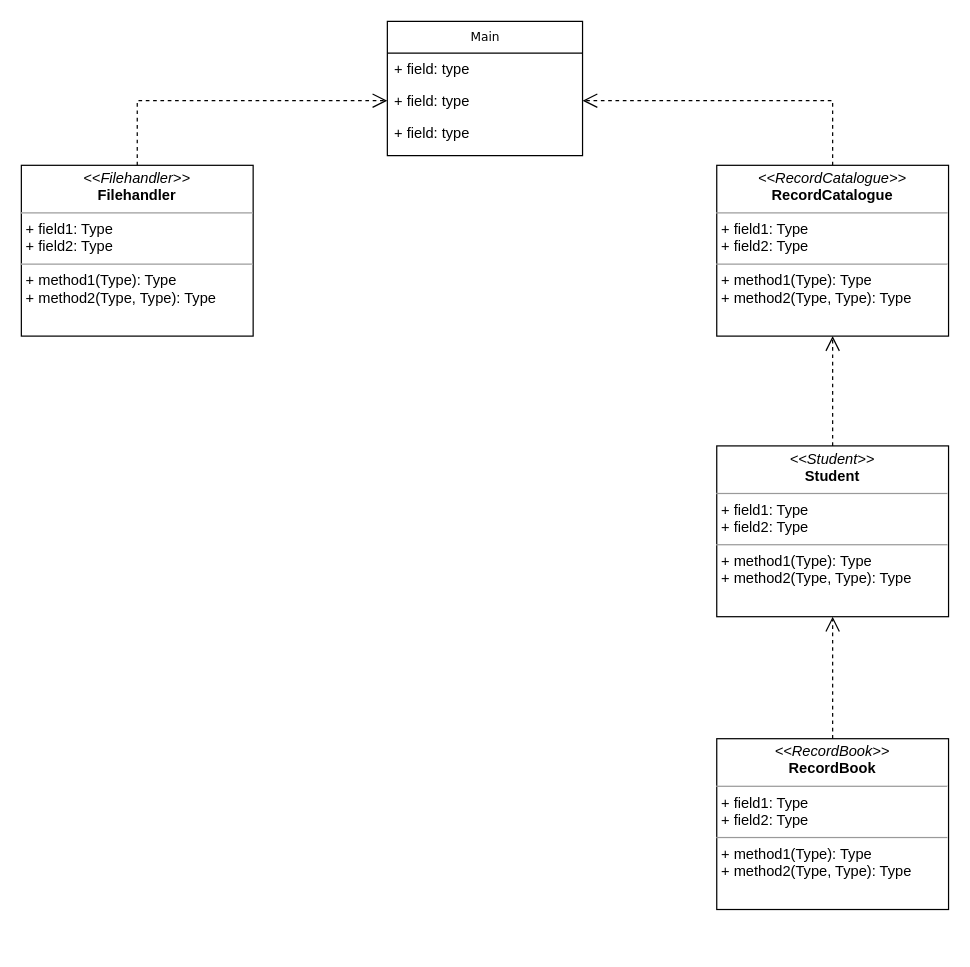
Before: _documentation/gradebook.drawio in tallner/grit-java-ass1, a draw.io diagram. Source tidied: cells renumbered, new cells numbered last; positions are measured from the earlier drawing's top-left corner, leaving out a move shared by most shapes. Both pictures are drawn from the tidied source at 122%, with x=0, y=0 at pixel (21, 21).
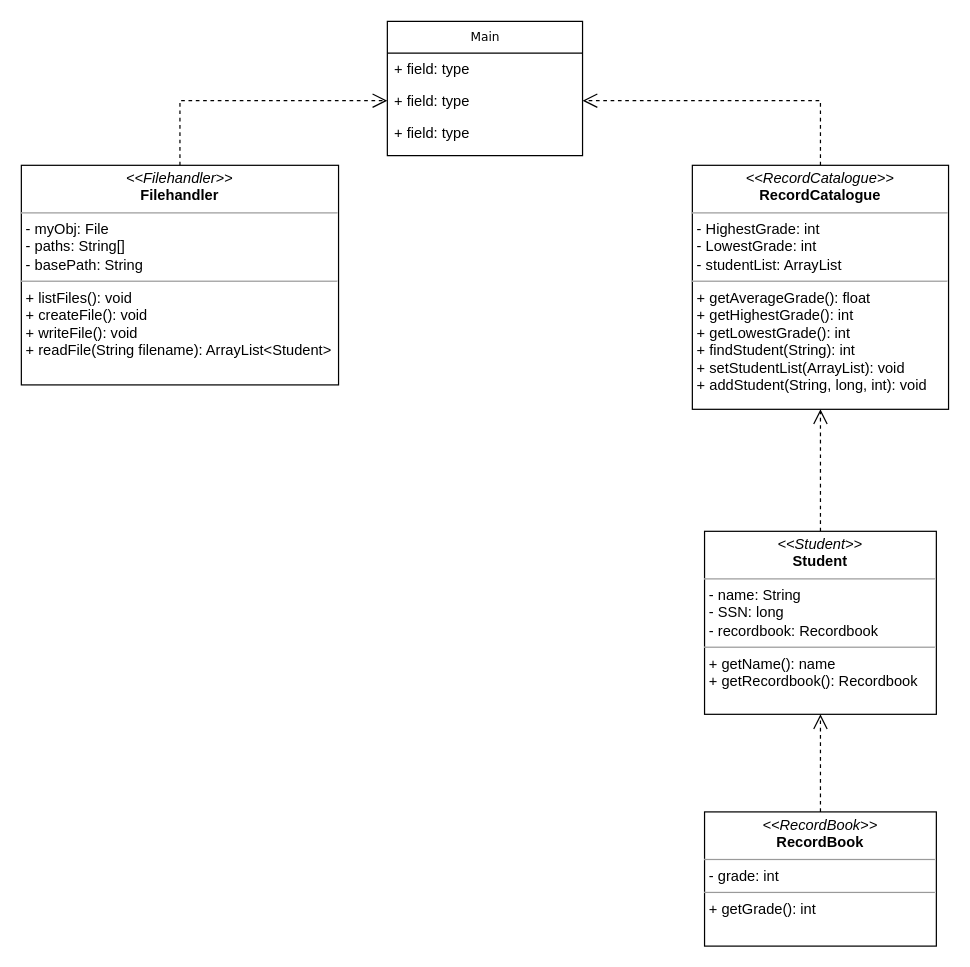
The same diagram, later.

Diff of the diagram source:
```diff
@@
 <mxGraphModel>
   <root>
     <mxCell id="0" />
     <mxCell id="1" parent="0" />
     <mxCell id="2" value="Main" style="swimlane;html=1;fontStyle=0;horizontal=1;startSize=26;fillColor=none;swimlaneFillColor=#ffffff;rounded=0;shadow=0;comic=0;labelBackgroundColor=none;strokeWidth=1;fontFamily=Verdana;fontSize=10;align=center;" parent="1" vertex="1">
       <mxGeometry x="300" width="160" height="110" as="geometry" />
     </mxCell>
     <mxCell id="3" value="+ field: type" style="text;html=1;strokeColor=none;fillColor=none;align=left;verticalAlign=top;spacingLeft=4;spacingRight=4;whiteSpace=wrap;overflow=hidden;" parent="2" vertex="1">
       <mxGeometry y="26" width="160" height="26" as="geometry" />
     </mxCell>
     <mxCell id="4" value="+ field: type" style="text;html=1;strokeColor=none;fillColor=none;align=left;verticalAlign=top;spacingLeft=4;spacingRight=4;whiteSpace=wrap;overflow=hidden;points=[[0,0.5],[1,0.5]];portConstraint=eastwest;" parent="2" vertex="1">
       <mxGeometry y="52" width="160" height="26" as="geometry" />
     </mxCell>
     <mxCell id="5" value="+ field: type" style="text;html=1;strokeColor=none;fillColor=none;align=left;verticalAlign=top;spacingLeft=4;spacingRight=4;whiteSpace=wrap;overflow=hidden;" parent="2" vertex="1">
       <mxGeometry y="78" width="160" height="26" as="geometry" />
     </mxCell>
-    <mxCell id="6" value="&lt;p style=&quot;margin: 0px ; margin-top: 4px ; text-align: center&quot;&gt;&lt;i&gt;&amp;lt;&amp;lt;RecordBook&amp;gt;&amp;gt;&lt;/i&gt;&lt;br&gt;&lt;b&gt;RecordBook&lt;/b&gt;&lt;/p&gt;&lt;hr size=&quot;1&quot;&gt;&lt;p style=&quot;margin: 0px ; margin-left: 4px&quot;&gt;+ field1: Type&lt;br&gt;+ field2: Type&lt;/p&gt;&lt;hr size=&quot;1&quot;&gt;&lt;p style=&quot;margin: 0px ; margin-left: 4px&quot;&gt;+ method1(Type): Type&lt;br&gt;+ method2(Type, Type): Type&lt;/p&gt;" style="verticalAlign=top;align=left;overflow=fill;fontSize=12;fontFamily=Helvetica;html=1;rounded=0;shadow=0;comic=0;labelBackgroundColor=none;strokeWidth=1;" parent="1" vertex="1">
-      <mxGeometry x="570" y="588" width="190" height="140" as="geometry" />
+    <mxCell id="6" value="&lt;p style=&quot;margin: 0px ; margin-top: 4px ; text-align: center&quot;&gt;&lt;i&gt;&amp;lt;&amp;lt;RecordBook&amp;gt;&amp;gt;&lt;/i&gt;&lt;br&gt;&lt;b&gt;RecordBook&lt;/b&gt;&lt;/p&gt;&lt;hr size=&quot;1&quot;&gt;&lt;p style=&quot;margin: 0px ; margin-left: 4px&quot;&gt;- grade: int&lt;br&gt;&lt;/p&gt;&lt;hr size=&quot;1&quot;&gt;&lt;p style=&quot;margin: 0px ; margin-left: 4px&quot;&gt;+ getGrade(): int&lt;br&gt;&lt;br&gt;&lt;/p&gt;" style="verticalAlign=top;align=left;overflow=fill;fontSize=12;fontFamily=Helvetica;html=1;rounded=0;shadow=0;comic=0;labelBackgroundColor=none;strokeWidth=1;" parent="1" vertex="1">
+      <mxGeometry x="560" y="648" width="190" height="110" as="geometry" />
     </mxCell>
     <mxCell id="7" style="edgeStyle=orthogonalEdgeStyle;rounded=0;html=1;labelBackgroundColor=none;startFill=0;endArrow=open;endFill=0;endSize=10;fontFamily=Verdana;fontSize=10;dashed=1;entryX=0;entryY=0.5;entryDx=0;entryDy=0;" parent="1" edge="1" source="8" target="4">
       <mxGeometry relative="1" as="geometry" />
     </mxCell>
-    <mxCell id="8" value="&lt;p style=&quot;margin: 0px ; margin-top: 4px ; text-align: center&quot;&gt;&lt;i&gt;&amp;lt;&amp;lt;Filehandler&amp;gt;&amp;gt;&lt;/i&gt;&lt;br&gt;&lt;b&gt;Filehandler&lt;/b&gt;&lt;/p&gt;&lt;hr size=&quot;1&quot;&gt;&lt;p style=&quot;margin: 0px ; margin-left: 4px&quot;&gt;+ field1: Type&lt;br&gt;+ field2: Type&lt;/p&gt;&lt;hr size=&quot;1&quot;&gt;&lt;p style=&quot;margin: 0px ; margin-left: 4px&quot;&gt;+ method1(Type): Type&lt;br&gt;+ method2(Type, Type): Type&lt;/p&gt;" style="verticalAlign=top;align=left;overflow=fill;fontSize=12;fontFamily=Helvetica;html=1;rounded=0;shadow=0;comic=0;labelBackgroundColor=none;strokeWidth=1;" parent="1" vertex="1">
-      <mxGeometry y="118" width="190" height="140" as="geometry" />
+    <mxCell id="8" value="&lt;p style=&quot;margin: 0px ; margin-top: 4px ; text-align: center&quot;&gt;&lt;i&gt;&amp;lt;&amp;lt;Filehandler&amp;gt;&amp;gt;&lt;/i&gt;&lt;br&gt;&lt;b&gt;Filehandler&lt;/b&gt;&lt;/p&gt;&lt;hr size=&quot;1&quot;&gt;&lt;p style=&quot;margin: 0px ; margin-left: 4px&quot;&gt;- myObj: File&lt;br&gt;- paths: String[]&lt;/p&gt;&lt;p style=&quot;margin: 0px ; margin-left: 4px&quot;&gt;- basePath: String&lt;/p&gt;&lt;hr size=&quot;1&quot;&gt;&lt;p style=&quot;margin: 0px ; margin-left: 4px&quot;&gt;+ listFiles(): void&lt;br&gt;+ createFile(): void&lt;/p&gt;&lt;p style=&quot;margin: 0px ; margin-left: 4px&quot;&gt;+ writeFile(): void&lt;/p&gt;&lt;p style=&quot;margin: 0px ; margin-left: 4px&quot;&gt;+ readFile(String filename): ArrayList&amp;lt;Student&amp;gt;&lt;/p&gt;" style="verticalAlign=top;align=left;overflow=fill;fontSize=12;fontFamily=Helvetica;html=1;rounded=0;shadow=0;comic=0;labelBackgroundColor=none;strokeWidth=1;" parent="1" vertex="1">
+      <mxGeometry y="118" width="260" height="180" as="geometry" />
     </mxCell>
     <mxCell id="9" style="edgeStyle=orthogonalEdgeStyle;rounded=0;html=1;dashed=1;labelBackgroundColor=none;startFill=0;endArrow=open;endFill=0;endSize=10;fontFamily=Verdana;fontSize=10;entryX=0.5;entryY=1;entryDx=0;entryDy=0;" parent="1" edge="1" source="10" target="12">
       <mxGeometry relative="1" as="geometry" />
     </mxCell>
-    <mxCell id="10" value="&lt;p style=&quot;margin: 0px ; margin-top: 4px ; text-align: center&quot;&gt;&lt;i&gt;&amp;lt;&amp;lt;Student&amp;gt;&amp;gt;&lt;/i&gt;&lt;br&gt;&lt;b&gt;Student&lt;/b&gt;&lt;/p&gt;&lt;hr size=&quot;1&quot;&gt;&lt;p style=&quot;margin: 0px ; margin-left: 4px&quot;&gt;+ field1: Type&lt;br&gt;+ field2: Type&lt;/p&gt;&lt;hr size=&quot;1&quot;&gt;&lt;p style=&quot;margin: 0px ; margin-left: 4px&quot;&gt;+ method1(Type): Type&lt;br&gt;+ method2(Type, Type): Type&lt;/p&gt;" style="verticalAlign=top;align=left;overflow=fill;fontSize=12;fontFamily=Helvetica;html=1;rounded=0;shadow=0;comic=0;labelBackgroundColor=none;strokeWidth=1;" parent="1" vertex="1">
-      <mxGeometry x="570" y="348" width="190" height="140" as="geometry" />
+    <mxCell id="10" value="&lt;p style=&quot;margin: 0px ; margin-top: 4px ; text-align: center&quot;&gt;&lt;i&gt;&amp;lt;&amp;lt;Student&amp;gt;&amp;gt;&lt;/i&gt;&lt;br&gt;&lt;b&gt;Student&lt;/b&gt;&lt;/p&gt;&lt;hr size=&quot;1&quot;&gt;&lt;p style=&quot;margin: 0px ; margin-left: 4px&quot;&gt;- name: String&lt;br&gt;- SSN: long&lt;/p&gt;&lt;p style=&quot;margin: 0px ; margin-left: 4px&quot;&gt;- recordbook: Recordbook&lt;/p&gt;&lt;hr size=&quot;1&quot;&gt;&lt;p style=&quot;margin: 0px ; margin-left: 4px&quot;&gt;+ getName(): name&lt;br&gt;+ getRecordbook(): Recordbook&lt;/p&gt;" style="verticalAlign=top;align=left;overflow=fill;fontSize=12;fontFamily=Helvetica;html=1;rounded=0;shadow=0;comic=0;labelBackgroundColor=none;strokeWidth=1;" parent="1" vertex="1">
+      <mxGeometry x="560" y="418" width="190" height="150" as="geometry" />
     </mxCell>
     <mxCell id="11" style="edgeStyle=orthogonalEdgeStyle;rounded=0;html=1;dashed=1;labelBackgroundColor=none;startFill=0;endArrow=open;endFill=0;endSize=10;fontFamily=Verdana;fontSize=10;entryX=1;entryY=0.5;entryDx=0;entryDy=0;exitX=0.5;exitY=0;exitDx=0;exitDy=0;" parent="1" edge="1" source="12" target="4">
       <mxGeometry relative="1" as="geometry" />
     </mxCell>
-    <mxCell id="12" value="&lt;p style=&quot;margin: 0px ; margin-top: 4px ; text-align: center&quot;&gt;&lt;i&gt;&amp;lt;&amp;lt;RecordCatalogue&amp;gt;&amp;gt;&lt;/i&gt;&lt;br&gt;&lt;b&gt;RecordCatalogue&lt;/b&gt;&lt;/p&gt;&lt;hr size=&quot;1&quot;&gt;&lt;p style=&quot;margin: 0px ; margin-left: 4px&quot;&gt;+ field1: Type&lt;br&gt;+ field2: Type&lt;/p&gt;&lt;hr size=&quot;1&quot;&gt;&lt;p style=&quot;margin: 0px ; margin-left: 4px&quot;&gt;+ method1(Type): Type&lt;br&gt;+ method2(Type, Type): Type&lt;/p&gt;" style="verticalAlign=top;align=left;overflow=fill;fontSize=12;fontFamily=Helvetica;html=1;rounded=0;shadow=0;comic=0;labelBackgroundColor=none;strokeWidth=1;" parent="1" vertex="1">
-      <mxGeometry x="570" y="118" width="190" height="140" as="geometry" />
+    <mxCell id="12" value="&lt;p style=&quot;margin: 0px ; margin-top: 4px ; text-align: center&quot;&gt;&lt;i&gt;&amp;lt;&amp;lt;RecordCatalogue&amp;gt;&amp;gt;&lt;/i&gt;&lt;br&gt;&lt;b&gt;RecordCatalogue&lt;/b&gt;&lt;/p&gt;&lt;hr size=&quot;1&quot;&gt;&lt;p style=&quot;margin: 0px ; margin-left: 4px&quot;&gt;- HighestGrade: int&lt;/p&gt;&lt;p style=&quot;margin: 0px ; margin-left: 4px&quot;&gt;- LowestGrade: int&lt;br&gt;&lt;/p&gt;&lt;p style=&quot;margin: 0px ; margin-left: 4px&quot;&gt;- studentList: ArrayList&lt;/p&gt;&lt;hr size=&quot;1&quot;&gt;&lt;p style=&quot;margin: 0px ; margin-left: 4px&quot;&gt;+ getAverageGrade(): float&lt;/p&gt;&lt;p style=&quot;margin: 0px ; margin-left: 4px&quot;&gt;+ getHighestGrade(): int&lt;/p&gt;&lt;p style=&quot;margin: 0px ; margin-left: 4px&quot;&gt;+ getLowestGrade(): int&lt;/p&gt;&lt;p style=&quot;margin: 0px ; margin-left: 4px&quot;&gt;+ findStudent(String): int&lt;/p&gt;&lt;p style=&quot;margin: 0px ; margin-left: 4px&quot;&gt;+ setStudentList(ArrayList): void&lt;/p&gt;&lt;p style=&quot;margin: 0px ; margin-left: 4px&quot;&gt;+ addStudent(String, long, int): void&lt;/p&gt;" style="verticalAlign=top;align=left;overflow=fill;fontSize=12;fontFamily=Helvetica;html=1;rounded=0;shadow=0;comic=0;labelBackgroundColor=none;strokeWidth=1;" parent="1" vertex="1">
+      <mxGeometry x="550" y="118" width="210" height="200" as="geometry" />
     </mxCell>
     <mxCell id="13" style="edgeStyle=orthogonalEdgeStyle;rounded=0;html=1;dashed=1;labelBackgroundColor=none;startFill=0;endArrow=open;endFill=0;endSize=10;fontFamily=Verdana;fontSize=10;entryX=0.5;entryY=1;entryDx=0;entryDy=0;exitX=0.5;exitY=0;exitDx=0;exitDy=0;" parent="1" edge="1" source="6" target="10">
       <mxGeometry relative="1" as="geometry" />
     </mxCell>
   </root>
 </mxGraphModel>
```
